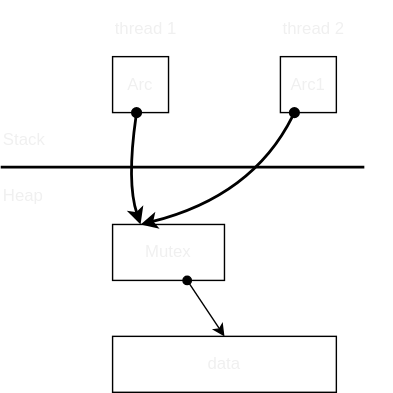
Above: docs/rust/memory_layout/images/atomic_rc.drawio.svg in htgithub194/self-study (draw.io), before the change. Source tidied: cells renumbered, new cells last; positions are measured from the earlier drawing's top-left corner, leaving out a move shared by most shapes.
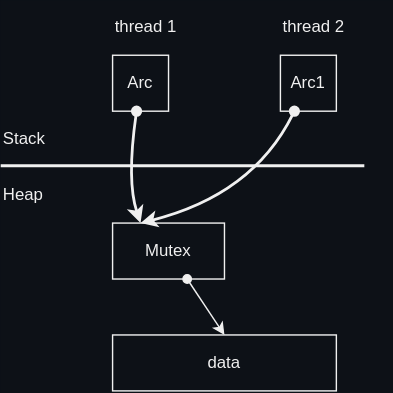
Later version of the same file.

What changed in the source:
```diff
@@ -1,4 +1,4 @@
-<mxGraphModel>
+<mxGraphModel background="#0D1117">
   <root>
     <mxCell id="0" />
     <mxCell id="1" parent="0" />
@@ -11,39 +11,39 @@
     <mxCell id="4" value="thread 1" style="text;html=1;strokeColor=none;fillColor=none;align=left;verticalAlign=middle;whiteSpace=wrap;rounded=0;fontColor=light-dark(#F0F0F0,#F0F0F0);" parent="1" vertex="1">
       <mxGeometry x="80" width="80" height="40" as="geometry" />
     </mxCell>
-    <mxCell id="5" style="edgeStyle=none;curved=1;html=1;entryX=0.25;entryY=0;entryDx=0;entryDy=0;strokeColor=default;strokeWidth=2;startArrow=oval;startFill=1;targetPerimeterSpacing=10;fontColor=light-dark(#F0F0F0,#F0F0F0);" parent="1" edge="1" source="6" target="8">
+    <mxCell id="5" style="edgeStyle=none;curved=1;html=1;entryX=0.25;entryY=0;entryDx=0;entryDy=0;strokeColor=#F0F0F0;strokeWidth=2;startArrow=oval;startFill=1;targetPerimeterSpacing=10;fontColor=light-dark(#F0F0F0,#F0F0F0);" parent="1" edge="1" source="6" target="8">
       <mxGeometry relative="1" as="geometry">
         <Array as="points">
           <mxPoint x="90" y="130" />
         </Array>
       </mxGeometry>
     </mxCell>
-    <mxCell id="6" value="Arc" style="rounded=0;whiteSpace=wrap;html=1;flipH=1;flipV=1;fillColor=none;fontColor=light-dark(#F0F0F0,#F0F0F0);strokeColor=default;" parent="1" vertex="1">
+    <mxCell id="6" value="Arc" style="rounded=0;whiteSpace=wrap;html=1;flipH=1;flipV=1;fillColor=none;fontColor=light-dark(#F0F0F0,#F0F0F0);strokeColor=#F0F0F0;" parent="1" vertex="1">
       <mxGeometry x="80" y="40" width="40" height="40" as="geometry" />
     </mxCell>
-    <mxCell id="7" style="edgeStyle=none;html=1;entryX=0.5;entryY=0;entryDx=0;entryDy=0;strokeColor=default;startArrow=oval;startFill=1;" parent="1" edge="1" source="8" target="12">
+    <mxCell id="7" style="edgeStyle=none;html=1;entryX=0.5;entryY=0;entryDx=0;entryDy=0;strokeColor=#F0F0F0;startArrow=oval;startFill=1;" parent="1" edge="1" source="8" target="12">
       <mxGeometry relative="1" as="geometry" />
     </mxCell>
-    <mxCell id="8" value="Mutex" style="rounded=0;whiteSpace=wrap;html=1;flipH=1;flipV=1;fillColor=none;fontColor=light-dark(#F0F0F0,#F0F0F0);strokeColor=default;" parent="1" vertex="1">
+    <mxCell id="8" value="Mutex" style="rounded=0;whiteSpace=wrap;html=1;flipH=1;flipV=1;fillColor=none;fontColor=light-dark(#F0F0F0,#F0F0F0);strokeColor=#F0F0F0;" parent="1" vertex="1">
       <mxGeometry x="80" y="160" width="80" height="40" as="geometry" />
     </mxCell>
-    <mxCell id="9" style="edgeStyle=none;curved=1;html=1;entryX=0.25;entryY=0;entryDx=0;entryDy=0;strokeColor=default;strokeWidth=2;startArrow=oval;startFill=1;targetPerimeterSpacing=10;fontColor=light-dark(#F0F0F0,#F0F0F0);" parent="1" edge="1" source="10" target="8">
+    <mxCell id="9" style="edgeStyle=none;curved=1;html=1;entryX=0.25;entryY=0;entryDx=0;entryDy=0;strokeColor=#F0F0F0;strokeWidth=2;startArrow=oval;startFill=1;targetPerimeterSpacing=10;fontColor=light-dark(#F0F0F0,#F0F0F0);" parent="1" edge="1" source="10" target="8">
       <mxGeometry relative="1" as="geometry">
         <Array as="points">
           <mxPoint x="180" y="140" />
         </Array>
       </mxGeometry>
     </mxCell>
-    <mxCell id="10" value="Arc1" style="rounded=0;whiteSpace=wrap;html=1;flipH=1;flipV=1;fillColor=none;fontColor=light-dark(#F0F0F0,#F0F0F0);strokeColor=default;" parent="1" vertex="1">
+    <mxCell id="10" value="Arc1" style="rounded=0;whiteSpace=wrap;html=1;flipH=1;flipV=1;fillColor=none;fontColor=light-dark(#F0F0F0,#F0F0F0);strokeColor=#F0F0F0;" parent="1" vertex="1">
       <mxGeometry x="200" y="40" width="40" height="40" as="geometry" />
     </mxCell>
     <mxCell id="11" value="thread 2" style="text;html=1;strokeColor=none;fillColor=none;align=left;verticalAlign=middle;whiteSpace=wrap;rounded=0;fontColor=light-dark(#F0F0F0,#F0F0F0);" parent="1" vertex="1">
       <mxGeometry x="200" width="80" height="40" as="geometry" />
     </mxCell>
-    <mxCell id="12" value="data" style="rounded=0;whiteSpace=wrap;html=1;flipH=1;flipV=1;fillColor=none;fontColor=light-dark(#F0F0F0,#F0F0F0);strokeColor=default;" parent="1" vertex="1">
+    <mxCell id="12" value="data" style="rounded=0;whiteSpace=wrap;html=1;flipH=1;flipV=1;fillColor=none;fontColor=light-dark(#F0F0F0,#F0F0F0);strokeColor=#F0F0F0;" parent="1" vertex="1">
       <mxGeometry x="80" y="240" width="160" height="40" as="geometry" />
     </mxCell>
-    <mxCell id="13" style="endArrow=none;html=1;strokeColor=default;strokeWidth=2;fontColor=light-dark(#F0F0F0,#F0F0F0);" parent="1" edge="1">
+    <mxCell id="13" style="endArrow=none;html=1;strokeColor=#F0F0F0;strokeWidth=2;fontColor=light-dark(#F0F0F0,#F0F0F0);" parent="1" edge="1">
       <mxGeometry relative="1" as="geometry">
         <mxPoint y="119" as="sourcePoint" />
         <mxPoint x="260" y="119" as="targetPoint" />
```
